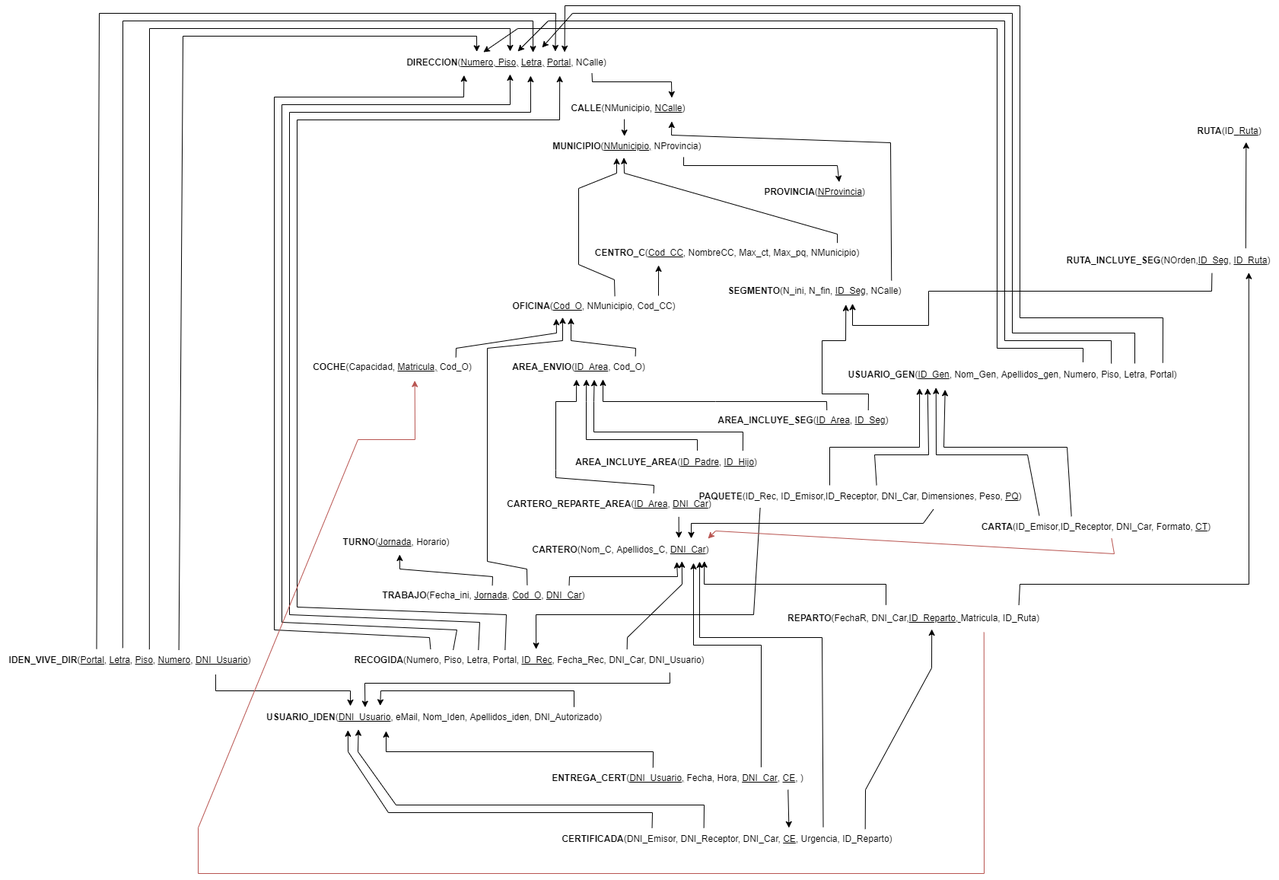
ErYavi/BBDD22 keeps this draw.io diagram as Hito1/Modelo relacional.drawio.png. Above is the earlier version. Source tidied: cells renumbered, new cells last; positions are measured from the earlier drawing's top-left corner, leaving out a move shared by most shapes.
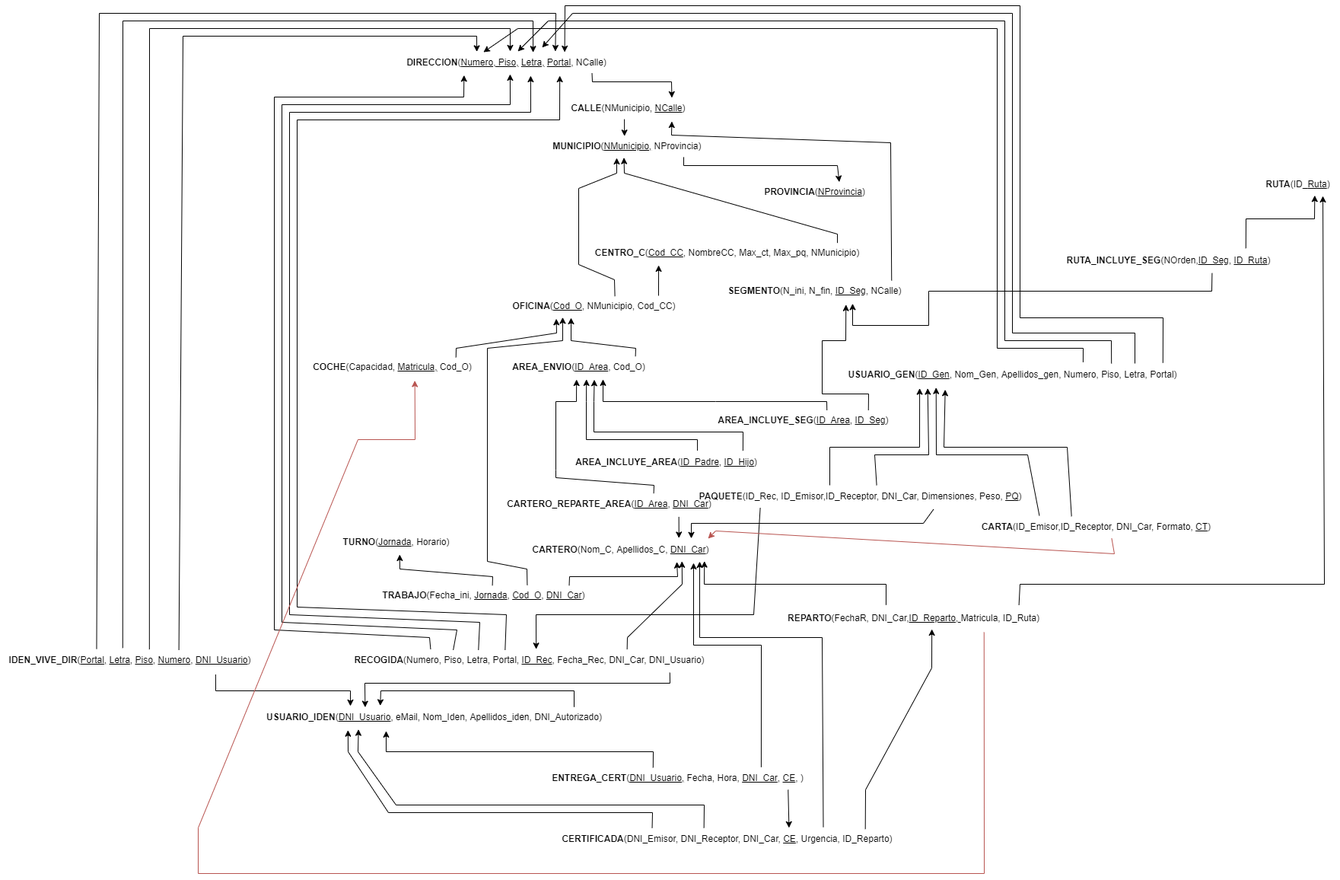
After the change.

Change to the diagram source:
```diff
@@ -51,7 +51,7 @@
       <mxGeometry relative="1" as="geometry" />
     </mxCell>
     <mxCell id="12" value="&lt;b&gt;RUTA&lt;/b&gt;(ID_&lt;u&gt;Ruta&lt;/u&gt;)" style="text;html=1;align=center;verticalAlign=middle;points=[];strokeColor=none;fillColor=none;" parent="1" vertex="1">
-      <mxGeometry x="1560" y="150" width="110" height="30" as="geometry" />
+      <mxGeometry x="1650" y="220" width="110" height="30" as="geometry" />
     </mxCell>
     <mxCell id="13" value="&lt;b&gt;SEGMENTO&lt;/b&gt;(N_ini, N_fin, &lt;u&gt;ID_Seg&lt;/u&gt;, NCalle)" style="text;html=1;align=center;verticalAlign=middle;points=[];strokeColor=none;fillColor=none;" parent="1" vertex="1">
       <mxGeometry x="945" y="360" width="250" height="30" as="geometry" />
@@ -89,7 +89,12 @@
       </mxGeometry>
     </mxCell>
     <mxCell id="19" style="endArrow=classic;html=1;rounded=0;entryX=0.703;entryY=0.975;entryDx=0;entryDy=0;entryPerimeter=0;exitX=0.851;exitY=-0.044;exitDx=0;exitDy=0;exitPerimeter=0;" parent="1" edge="1" source="17" target="12">
-      <mxGeometry relative="1" as="geometry" />
+      <mxGeometry relative="1" as="geometry">
+        <Array as="points">
+          <mxPoint x="1637" y="280" />
+          <mxPoint x="1727" y="280" />
+        </Array>
+      </mxGeometry>
     </mxCell>
     <mxCell id="20" value="&lt;b&gt;AREA_ENVIO&lt;/b&gt;(&lt;u&gt;ID_Area&lt;/u&gt;, Cod_O)" style="text;html=1;align=center;verticalAlign=middle;points=[];strokeColor=none;fillColor=none;" parent="1" vertex="1">
       <mxGeometry x="660" y="460" width="200" height="30" as="geometry" />
@@ -149,11 +154,11 @@
     <mxCell id="28" value="&lt;b&gt;REPARTO&lt;/b&gt;(FechaR, DNI_Car,&lt;u&gt;ID_Reparto,&amp;nbsp;&lt;/u&gt;Matricula, ID_Ruta)" style="text;html=1;align=center;verticalAlign=middle;points=[];strokeColor=none;fillColor=none;" parent="1" vertex="1">
       <mxGeometry x="1025" y="790" width="350" height="30" as="geometry" />
     </mxCell>
-    <mxCell id="29" style="endArrow=classic;html=1;rounded=0;entryX=0.865;entryY=1.021;entryDx=0;entryDy=0;entryPerimeter=0;exitX=0.896;exitY=-0.092;exitDx=0;exitDy=0;exitPerimeter=0;" parent="1" edge="1" source="28" target="17">
+    <mxCell id="29" style="endArrow=classic;html=1;rounded=0;entryX=0.8;entryY=1;entryDx=0;entryDy=0;entryPerimeter=0;exitX=0.896;exitY=-0.092;exitDx=0;exitDy=0;exitPerimeter=0;" parent="1" edge="1" source="28" target="12">
       <mxGeometry relative="1" as="geometry">
         <Array as="points">
           <mxPoint x="1340" y="760" />
-          <mxPoint x="1641" y="760" />
+          <mxPoint x="1740" y="760" />
         </Array>
       </mxGeometry>
     </mxCell>
```
